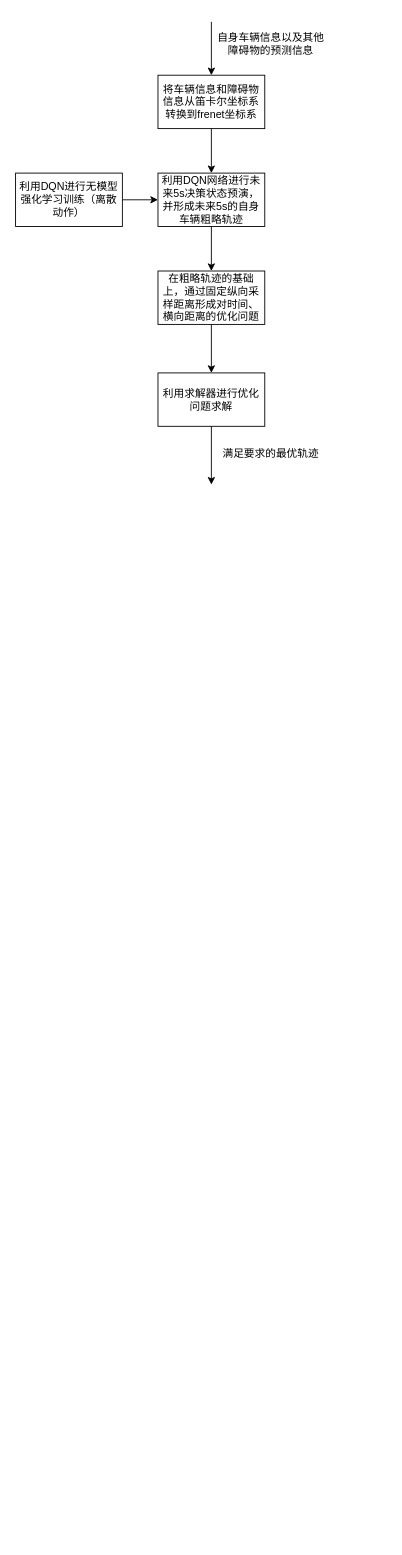
The draw.io diagram Untitled Diagram.drawio in wanyinhai/CFS, before the edit. Source tidied: cells renumbered, new cells numbered last; positions are measured from the earlier drawing's top-left corner, leaving out a move shared by most shapes. Both pictures are drawn from the tidied source at 89%, with x=0, y=0 at pixel (15, 21).
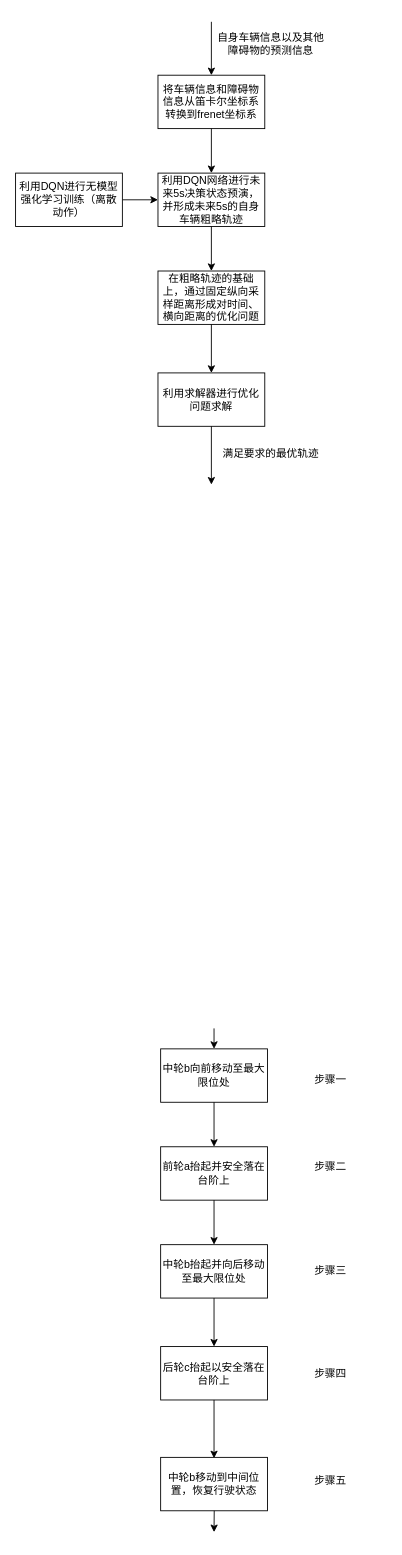
After the change.

Change to the diagram source:
```diff
@@
+    <mxCell id="15" value="中轮b向前移动至最大限位处" style="rounded=0;whiteSpace=wrap;html=1;" parent="1" vertex="1">
+      <mxGeometry x="163" y="1154" width="120" height="60" as="geometry" />
+    </mxCell>
+    <mxCell id="16" style="endArrow=classic;html=1;rounded=0;entryX=0.5;entryY=0;entryDx=0;entryDy=0;" parent="1" edge="1" target="15">
+      <mxGeometry relative="1" as="geometry">
+        <mxPoint x="223" y="1131" as="sourcePoint" />
+      </mxGeometry>
+    </mxCell>
+    <mxCell id="17" value="步骤一" style="text;html=1;strokeColor=none;fillColor=none;align=center;verticalAlign=middle;whiteSpace=wrap;rounded=0;" parent="1" vertex="1">
+      <mxGeometry x="291" y="1174" width="126" height="30" as="geometry" />
+    </mxCell>
+    <mxCell id="18" style="endArrow=classic;html=1;rounded=0;exitX=0.5;exitY=1;exitDx=0;exitDy=0;entryX=0.5;entryY=0;entryDx=0;entryDy=0;" parent="1" edge="1" source="15" target="19">
+      <mxGeometry relative="1" as="geometry" />
+    </mxCell>
+    <mxCell id="19" value="前轮a抬起并安全落在台阶上" style="rounded=0;whiteSpace=wrap;html=1;" parent="1" vertex="1">
+      <mxGeometry x="163" y="1264" width="120" height="60" as="geometry" />
+    </mxCell>
+    <mxCell id="20" style="endArrow=classic;html=1;rounded=0;exitX=0.5;exitY=1;exitDx=0;exitDy=0;entryX=0.5;entryY=0;entryDx=0;entryDy=0;" parent="1" edge="1" source="19" target="21">
+      <mxGeometry relative="1" as="geometry" />
+    </mxCell>
+    <mxCell id="21" value="中轮b抬起并向后移动至最大限位处" style="rounded=0;whiteSpace=wrap;html=1;" parent="1" vertex="1">
+      <mxGeometry x="163" y="1374" width="120" height="60" as="geometry" />
+    </mxCell>
+    <mxCell id="22" style="endArrow=classic;html=1;rounded=0;exitX=0.5;exitY=1;exitDx=0;exitDy=0;" parent="1" edge="1" source="21" target="23">
+      <mxGeometry relative="1" as="geometry" />
+    </mxCell>
+    <mxCell id="23" value="后轮c抬起以安全落在台阶上" style="rounded=0;whiteSpace=wrap;html=1;" parent="1" vertex="1">
+      <mxGeometry x="163" y="1488.5" width="120" height="60" as="geometry" />
+    </mxCell>
+    <mxCell id="24" style="endArrow=classic;html=1;rounded=0;exitX=0.5;exitY=1;exitDx=0;exitDy=0;" parent="1" edge="1" source="23">
+      <mxGeometry relative="1" as="geometry">
+        <mxPoint x="223" y="1614" as="targetPoint" />
+      </mxGeometry>
+    </mxCell>
+    <mxCell id="25" value="步骤二" style="text;html=1;strokeColor=none;fillColor=none;align=center;verticalAlign=middle;whiteSpace=wrap;rounded=0;" parent="1" vertex="1">
+      <mxGeometry x="291" y="1272" width="126" height="30" as="geometry" />
+    </mxCell>
+    <mxCell id="26" value="步骤三" style="text;html=1;strokeColor=none;fillColor=none;align=center;verticalAlign=middle;whiteSpace=wrap;rounded=0;" parent="1" vertex="1">
+      <mxGeometry x="291" y="1389" width="126" height="30" as="geometry" />
+    </mxCell>
+    <mxCell id="27" value="步骤四" style="text;html=1;strokeColor=none;fillColor=none;align=center;verticalAlign=middle;whiteSpace=wrap;rounded=0;" parent="1" vertex="1">
+      <mxGeometry x="291" y="1503.5" width="126" height="30" as="geometry" />
+    </mxCell>
+    <mxCell id="28" value="中轮b移动到中间位置，恢复行驶状态" style="rounded=0;whiteSpace=wrap;html=1;" parent="1" vertex="1">
+      <mxGeometry x="163" y="1613" width="120" height="60" as="geometry" />
+    </mxCell>
+    <mxCell id="29" value="步骤五" style="text;html=1;strokeColor=none;fillColor=none;align=center;verticalAlign=middle;whiteSpace=wrap;rounded=0;" parent="1" vertex="1">
+      <mxGeometry x="291" y="1624" width="126" height="30" as="geometry" />
+    </mxCell>
+    <mxCell id="30" style="endArrow=classic;html=1;rounded=0;exitX=0.5;exitY=1;exitDx=0;exitDy=0;" parent="1" edge="1">
+      <mxGeometry relative="1" as="geometry">
+        <mxPoint x="223.2" y="1673" as="sourcePoint" />
+        <mxPoint x="223" y="1697" as="targetPoint" />
+      </mxGeometry>
+    </mxCell>
```
